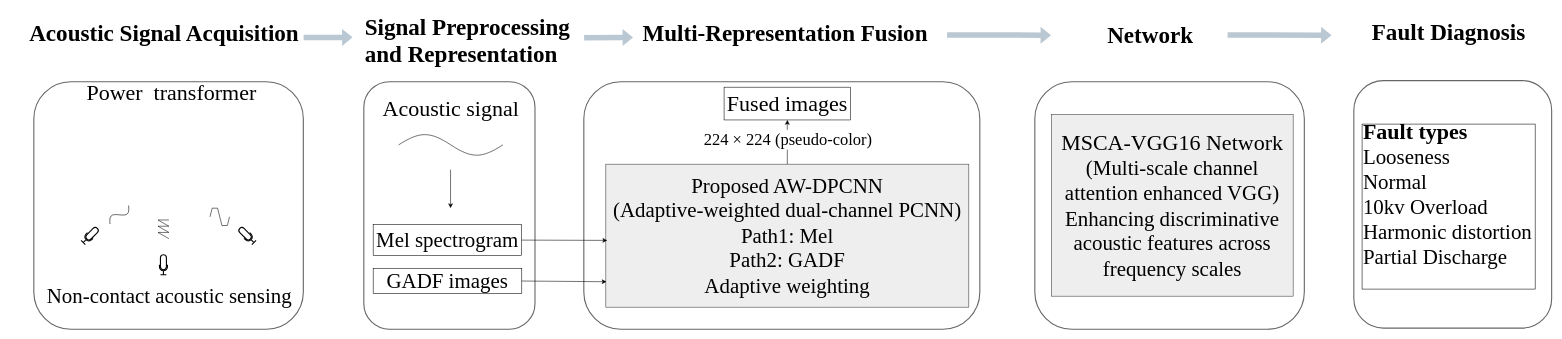
Before: paper/framework/framework.drawio in 1052554665/AW-DPCNN, a draw.io diagram. Source tidied: cells renumbered, new cells numbered last; positions are measured from the earlier drawing's top-left corner, leaving out a move shared by most shapes. Both pictures are drawn from the tidied source at 55%, with x=0, y=0 at pixel (28, 9).
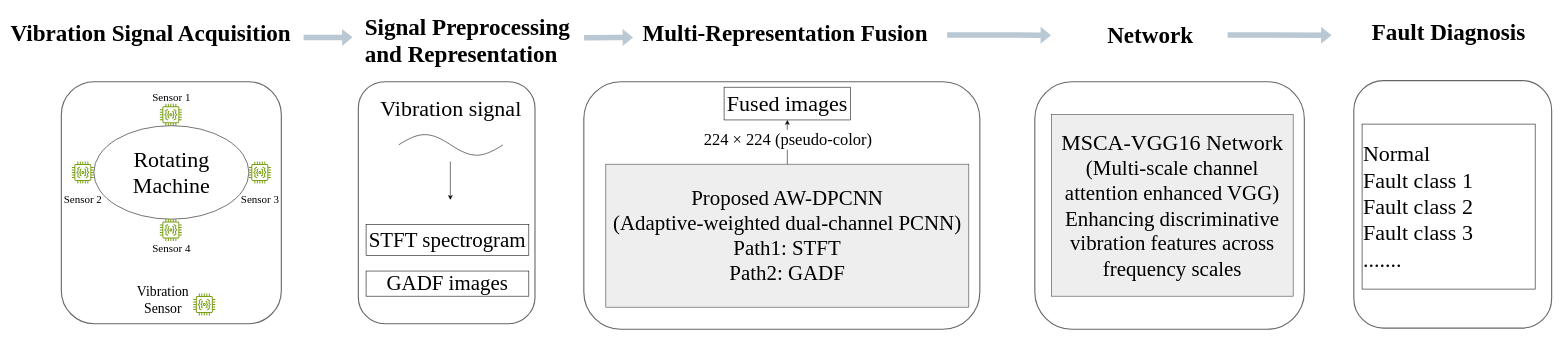
The same diagram, later.

Diff of the diagram source:
```diff
@@
     <mxCell id="2" value="&amp;nbsp; &amp;nbsp; &amp;nbsp;&amp;nbsp; " style="rounded=1;whiteSpace=wrap;html=1;fillColor=none;strokeWidth=2;miterlimit=4;strokeColor=light-dark(#666666, #ededed);fontFamily=Times New Roman;fontSize=38;" parent="1" vertex="1">
-      <mxGeometry x="10" y="132" width="490" height="450" as="geometry" />
+      <mxGeometry x="60" y="132" width="400" height="440" as="geometry" />
     </mxCell>
@@
     <mxCell id="4" style="rounded=1;whiteSpace=wrap;html=1;fillColor=none;strokeWidth=2;miterlimit=4;strokeColor=light-dark(#666666, #ededed);align=center;verticalAlign=middle;fontFamily=Times New Roman;fontSize=38;fontColor=default;" parent="1" vertex="1">
-      <mxGeometry x="610" y="132" width="311.2" height="450" as="geometry" />
+      <mxGeometry x="600" y="132" width="321.2" height="440" as="geometry" />
     </mxCell>
@@
-    <mxCell id="8" value="Acoustic Signal Acquisition" style="text;whiteSpace=wrap;fontFamily=Times New Roman;fontSize=42;fontStyle=1;" parent="1" vertex="1">
-      <mxGeometry y="12" width="510" height="40" as="geometry" />
+    <mxCell id="8" value="Vibration Signal Acquisition" style="text;whiteSpace=wrap;fontFamily=Times New Roman;fontSize=42;fontStyle=1;" parent="1" vertex="1">
+      <mxGeometry x="-34.4" y="12" width="560" height="40" as="geometry" />
     </mxCell>
-    <mxCell id="9" value="Non-contact acoustic sensing" style="text;whiteSpace=wrap;fontFamily=Times New Roman;fontSize=38;" parent="1" vertex="1">
-      <mxGeometry x="32.3" y="492" width="454.7" height="40" as="geometry" />
-    </mxCell>
@@
-    <mxCell id="11" value="Acoustic signal" style="text;html=1;align=center;verticalAlign=middle;strokeColor=none;fillColor=none;fontFamily=Times New Roman;fontSize=40;" parent="1" vertex="1">
-      <mxGeometry x="633.1" y="151.1" width="270" height="60" as="geometry" />
+    <mxCell id="11" value="Vibration signal" style="text;html=1;align=center;verticalAlign=middle;strokeColor=none;fillColor=none;fontFamily=Times New Roman;fontSize=40;" parent="1" vertex="1">
+      <mxGeometry x="628.1" y="151.1" width="280" height="60" as="geometry" />
     </mxCell>
@@
-    <mxCell id="13" value="Proposed AW-DPCNN&lt;div&gt;(Adaptive-weighted dual-channel PCNN)&lt;/div&gt;&lt;div&gt;&lt;font&gt;Path1: Mel&lt;/font&gt;&lt;/div&gt;&lt;div&gt;&lt;font&gt;Path2: GADF&lt;/font&gt;&lt;/div&gt;&lt;div&gt;&lt;font&gt;Adaptive weighting&lt;/font&gt;&lt;/div&gt;" style="rounded=0;whiteSpace=wrap;html=1;fillColor=#eeeeee;fontFamily=Times New Roman;fontSize=38;strokeColor=#36393d;strokeWidth=1;" parent="1" vertex="1">
+    <mxCell id="13" value="Proposed AW-DPCNN&lt;div&gt;(Adaptive-weighted dual-channel PCNN)&lt;/div&gt;&lt;div&gt;&lt;font&gt;Path1: STFT&lt;/font&gt;&lt;/div&gt;&lt;div&gt;&lt;font&gt;Path2: GADF&lt;/font&gt;&lt;/div&gt;" style="rounded=0;whiteSpace=wrap;html=1;fillColor=#eeeeee;fontFamily=Times New Roman;fontSize=38;strokeColor=#36393d;strokeWidth=1;" parent="1" vertex="1">
       <mxGeometry x="1050" y="282" width="660" height="260" as="geometry" />
     </mxCell>
-    <mxCell id="14" value="&lt;div&gt;&lt;font style=&quot;font-size: 40px;&quot;&gt;MSCA-VGG16 Network&lt;/font&gt;&lt;/div&gt;&lt;div&gt;(&lt;span style=&quot;background-color: transparent; color: light-dark(rgb(0, 0, 0), rgb(255, 255, 255));&quot;&gt;Multi-scale channel attention enhanced VGG&lt;/span&gt;&lt;span style=&quot;background-color: transparent; color: light-dark(rgb(0, 0, 0), rgb(255, 255, 255));&quot;&gt;)&lt;/span&gt;&lt;/div&gt;&lt;div&gt;&lt;font&gt;Enhancing discriminative acoustic features across frequency scales&lt;/font&gt;&lt;span style=&quot;background-color: transparent; color: light-dark(rgb(0, 0, 0), rgb(255, 255, 255));&quot;&gt;&lt;/span&gt;&lt;/div&gt;" style="rounded=0;whiteSpace=wrap;html=1;fontFamily=Times New Roman;fontSize=38;fillColor=#eeeeee;strokeColor=#36393d;strokeWidth=1;" parent="1" vertex="1">
+    <mxCell id="14" value="&lt;div&gt;&lt;font style=&quot;font-size: 40px;&quot;&gt;MSCA-VGG16 Network&lt;/font&gt;&lt;/div&gt;&lt;div&gt;(&lt;span style=&quot;background-color: transparent; color: light-dark(rgb(0, 0, 0), rgb(255, 255, 255));&quot;&gt;Multi-scale channel attention enhanced VGG&lt;/span&gt;&lt;span style=&quot;background-color: transparent; color: light-dark(rgb(0, 0, 0), rgb(255, 255, 255));&quot;&gt;)&lt;/span&gt;&lt;/div&gt;&lt;div&gt;&lt;font&gt;Enhancing discriminative vibration features across frequency scales&lt;/font&gt;&lt;span style=&quot;background-color: transparent; color: light-dark(rgb(0, 0, 0), rgb(255, 255, 255));&quot;&gt;&lt;/span&gt;&lt;/div&gt;" style="rounded=0;whiteSpace=wrap;html=1;fontFamily=Times New Roman;fontSize=38;fillColor=#eeeeee;strokeColor=#36393d;strokeWidth=1;" parent="1" vertex="1">
       <mxGeometry x="1860" y="192" width="439.7" height="330" as="geometry" />
     </mxCell>
@@
-    <mxCell id="18" value="&lt;span&gt;&lt;b&gt;&lt;font style=&quot;font-size: 40px;&quot;&gt;Fault types&lt;/font&gt;&lt;/b&gt;&lt;/span&gt;&lt;div&gt;&lt;div&gt;&lt;font&gt;&lt;span&gt;Looseness&lt;/span&gt;&lt;/font&gt;&lt;/div&gt;&lt;div&gt;&lt;font&gt;&lt;span&gt;Normal&lt;/span&gt;&lt;/font&gt;&lt;/div&gt;&lt;/div&gt;&lt;div&gt;&lt;font&gt;&lt;span&gt;10kv Overload&lt;/span&gt;&lt;/font&gt;&lt;/div&gt;&lt;div&gt;&lt;font&gt;&lt;span&gt;Harmonic&amp;nbsp;&lt;/span&gt;&lt;/font&gt;&lt;span style=&quot;background-color: transparent;&quot;&gt;&lt;font&gt;distortion&lt;/font&gt;&lt;/span&gt;&lt;/div&gt;&lt;div&gt;&lt;font&gt;&lt;span&gt;Partial Discharge&lt;/span&gt;&lt;/font&gt;&lt;/div&gt;&lt;div&gt;&lt;br&gt;&lt;/div&gt;" style="rounded=0;whiteSpace=wrap;html=1;fillColor=none;align=left;fontFamily=Times New Roman;fontSize=38;" parent="1" vertex="1">
+    <mxCell id="18" value="&lt;span style=&quot;font-size: 40px;&quot;&gt;Normal&lt;br&gt;Fault class 1&lt;/span&gt;&lt;div&gt;&lt;span style=&quot;font-size: 40px;&quot;&gt;Fault class 2&lt;/span&gt;&lt;/div&gt;&lt;div&gt;&lt;span style=&quot;font-size: 40px;&quot;&gt;Fault class 3&lt;/span&gt;&lt;/div&gt;&lt;div&gt;&lt;span style=&quot;font-size: 40px;&quot;&gt;.......&lt;/span&gt;&lt;/div&gt;" style="rounded=0;whiteSpace=wrap;html=1;fillColor=none;align=left;fontFamily=Times New Roman;fontSize=38;" parent="1" vertex="1">
       <mxGeometry x="2425" y="209.1" width="314.7" height="300" as="geometry" />
     </mxCell>
-    <mxCell id="19" value="Power&amp;nbsp; transformer" style="text;html=1;align=center;verticalAlign=middle;strokeColor=none;fillColor=none;fontFamily=Times New Roman;fontSize=40;" parent="1" vertex="1">
-      <mxGeometry x="94.6" y="121.8" width="330" height="60" as="geometry" />
-    </mxCell>
@@
     <mxCell id="21" style="endArrow=classic;html=1;rounded=0;fontFamily=Times New Roman;fontSize=38;" parent="1" edge="1">
       <mxGeometry relative="1" as="geometry">
-        <mxPoint x="767.7" y="292" as="sourcePoint" />
-        <mxPoint x="767.7" y="362" as="targetPoint" />
+        <mxPoint x="767.3" y="277" as="sourcePoint" />
+        <mxPoint x="767.3" y="347" as="targetPoint" />
       </mxGeometry>
     </mxCell>
-    <mxCell id="22" style="endArrow=classic;html=1;rounded=0;exitX=1;exitY=0.5;exitDx=0;exitDy=0;fontFamily=Times New Roman;fontSize=38;entryX=0.002;entryY=0.822;entryDx=0;entryDy=0;entryPerimeter=0;" parent="1" edge="1" source="24" target="13">
-      <mxGeometry relative="1" as="geometry" />
-    </mxCell>
-    <mxCell id="23" value="&lt;span style=&quot;text-align: left;&quot;&gt;Mel spectrogram&lt;/span&gt;" style="rounded=0;whiteSpace=wrap;html=1;fillColor=none;fontFamily=Times New Roman;fontSize=38;" parent="1" vertex="1">
-      <mxGeometry x="627" y="392" width="270" height="56.1" as="geometry" />
+    <mxCell id="23" value="&lt;span style=&quot;text-align: left;&quot;&gt;STFT spectrogram&lt;/span&gt;" style="rounded=0;whiteSpace=wrap;html=1;fillColor=none;fontFamily=Times New Roman;fontSize=38;" parent="1" vertex="1">
+      <mxGeometry x="614.1" y="392" width="295.9" height="56.1" as="geometry" />
     </mxCell>
     <mxCell id="24" value="&lt;span style=&quot;text-wrap-mode: nowrap;&quot;&gt;GADF images&lt;/span&gt;" style="rounded=0;whiteSpace=wrap;html=1;fillColor=none;fontFamily=Times New Roman;fontSize=38;" parent="1" vertex="1">
-      <mxGeometry x="627" y="471.6" width="270.2" height="45.7" as="geometry" />
+      <mxGeometry x="614.1" y="476.3" width="295.9" height="45.7" as="geometry" />
     </mxCell>
@@
-    <mxCell id="26" style="endArrow=classic;html=1;rounded=0;exitX=1;exitY=0.5;exitDx=0;exitDy=0;fontFamily=Times New Roman;fontSize=38;entryX=0.004;entryY=0.533;entryDx=0;entryDy=0;entryPerimeter=0;" parent="1" edge="1" source="23" target="13">
-      <mxGeometry relative="1" as="geometry" />
-    </mxCell>
@@
-    <mxCell id="32" style="html=1;verticalLabelPosition=bottom;align=center;labelBackgroundColor=#ffffff;verticalAlign=top;strokeWidth=2;strokeColor=default;shadow=0;dashed=0;shape=mxgraph.ios7.icons.microphone;rotation=-45;fillColor=default;fontFamily=Times New Roman;fontSize=38;" parent="1" vertex="1">
-      <mxGeometry x="390.1" y="393.5" width="14.5" height="36.3" as="geometry" />
-    </mxCell>
-    <mxCell id="33" style="html=1;verticalLabelPosition=bottom;align=center;labelBackgroundColor=#ffffff;verticalAlign=top;strokeWidth=2;strokeColor=default;shadow=0;dashed=0;shape=mxgraph.ios7.icons.microphone;fontFamily=Times New Roman;fontSize=38;" parent="1" vertex="1">
-      <mxGeometry x="238.4" y="446.7" width="14.5" height="36.3" as="geometry" />
-    </mxCell>
-    <mxCell id="34" style="verticalLabelPosition=bottom;shadow=0;dashed=0;align=center;html=1;verticalAlign=top;shape=mxgraph.electrical.waveforms.sine_wave;rotation=-45;fontFamily=Times New Roman;fontSize=38;" parent="1" vertex="1">
-      <mxGeometry x="141.6" y="362" width="47.7" height="24.2" as="geometry" />
-    </mxCell>
-    <mxCell id="35" style="verticalLabelPosition=bottom;shadow=0;dashed=0;align=center;html=1;verticalAlign=top;shape=mxgraph.electrical.waveforms.sawtooth;rotation=-90;fontFamily=Times New Roman;fontSize=38;" parent="1" vertex="1">
-      <mxGeometry x="228.7" y="390.5" width="33.9" height="19.9" as="geometry" />
-    </mxCell>
-    <mxCell id="36" style="verticalLabelPosition=bottom;shadow=0;dashed=0;align=center;html=1;verticalAlign=top;shape=mxgraph.electrical.waveforms.slow_square_wave;fontFamily=Times New Roman;fontSize=38;" parent="1" vertex="1">
-      <mxGeometry x="330.3" y="362" width="35.5" height="31.5" as="geometry" />
-    </mxCell>
-    <mxCell id="37" style="html=1;verticalLabelPosition=bottom;align=center;labelBackgroundColor=#ffffff;verticalAlign=top;strokeWidth=2;strokeColor=default;shadow=0;dashed=0;shape=mxgraph.ios7.icons.microphone;rotation=45;fontFamily=Times New Roman;fontSize=38;" parent="1" vertex="1">
-      <mxGeometry x="105.4" y="393.5" width="14.5" height="36.3" as="geometry" />
-    </mxCell>
+    <mxCell id="38" style="sketch=0;fontColor=#232F3E;gradientColor=none;fillColor=#7AA116;strokeColor=none;dashed=0;verticalLabelPosition=bottom;verticalAlign=top;align=center;html=1;fontSize=12;fontStyle=0;shape=mxgraph.aws4.iot_thing_vibration_sensor;" parent="1" vertex="1">
+      <mxGeometry x="239.1" y="172" width="40" height="40" as="geometry" />
+    </mxCell>
+    <mxCell id="39" value="&lt;font style=&quot;font-size: 40px;&quot; face=&quot;Times New Roman&quot;&gt;Rotating&lt;/font&gt;&lt;div&gt;&lt;span style=&quot;font-size: 40px; font-family: &amp;quot;Times New Roman&amp;quot;; background-color: transparent; color: light-dark(rgb(0, 0, 0), rgb(255, 255, 255));&quot;&gt;Machine&lt;/span&gt;&lt;/div&gt;" style="verticalLabelPosition=middle;shadow=0;dashed=0;align=center;html=1;verticalAlign=middle;strokeWidth=1;shape=ellipse;fontSize=32;perimeter=ellipsePerimeter;" parent="1" vertex="1">
+      <mxGeometry x="119.1" y="212" width="281.9" height="170" as="geometry" />
+    </mxCell>
+    <mxCell id="40" style="sketch=0;fontColor=#232F3E;gradientColor=none;fillColor=#7AA116;strokeColor=none;dashed=0;verticalLabelPosition=bottom;verticalAlign=top;align=center;html=1;fontSize=12;fontStyle=0;shape=mxgraph.aws4.iot_thing_vibration_sensor;" parent="1" vertex="1">
+      <mxGeometry x="79.1" y="277" width="40" height="40" as="geometry" />
+    </mxCell>
+    <mxCell id="41" style="sketch=0;fontColor=#232F3E;gradientColor=none;fillColor=#7AA116;strokeColor=none;dashed=0;verticalLabelPosition=bottom;verticalAlign=top;align=center;html=1;fontSize=12;fontStyle=0;shape=mxgraph.aws4.iot_thing_vibration_sensor;" parent="1" vertex="1">
+      <mxGeometry x="400.9" y="277" width="40" height="40" as="geometry" />
+    </mxCell>
+    <mxCell id="42" style="sketch=0;fontColor=#232F3E;gradientColor=none;fillColor=#7AA116;strokeColor=none;dashed=0;verticalLabelPosition=bottom;verticalAlign=top;align=center;html=1;fontSize=12;fontStyle=0;shape=mxgraph.aws4.iot_thing_vibration_sensor;" parent="1" vertex="1">
+      <mxGeometry x="239.1" y="381.6" width="40" height="40" as="geometry" />
+    </mxCell>
+    <mxCell id="43" value="Vibration&lt;div&gt;Sensor&lt;/div&gt;" style="text;html=1;whiteSpace=wrap;strokeColor=none;fillColor=none;align=center;verticalAlign=middle;rounded=0;fontSize=25;fontFamily=Times New Roman;" parent="1" vertex="1">
+      <mxGeometry x="190" y="494" width="110" height="70" as="geometry" />
+    </mxCell>
+    <mxCell id="44" style="sketch=0;fontColor=#232F3E;gradientColor=none;fillColor=#7AA116;strokeColor=none;dashed=0;verticalLabelPosition=bottom;verticalAlign=top;align=center;html=1;fontSize=12;fontStyle=0;shape=mxgraph.aws4.iot_thing_vibration_sensor;" parent="1" vertex="1">
+      <mxGeometry x="300" y="517.3" width="40" height="40" as="geometry" />
+    </mxCell>
+    <mxCell id="45" value="&lt;span style=&quot;background-color: transparent; color: light-dark(rgb(0, 0, 0), rgb(255, 255, 255));&quot;&gt;Sensor 1&lt;/span&gt;" style="text;html=1;whiteSpace=wrap;strokeColor=none;fillColor=none;align=center;verticalAlign=middle;rounded=0;fontSize=20;fontFamily=Times New Roman;" parent="1" vertex="1">
+      <mxGeometry x="219.5" y="146.1" width="80.9" height="25.9" as="geometry" />
+    </mxCell>
+    <mxCell id="46" value="&lt;span style=&quot;background-color: transparent; color: light-dark(rgb(0, 0, 0), rgb(255, 255, 255));&quot;&gt;Sensor 2&lt;/span&gt;" style="text;html=1;whiteSpace=wrap;strokeColor=none;fillColor=none;align=center;verticalAlign=middle;rounded=0;fontSize=20;fontFamily=Times New Roman;" parent="1" vertex="1">
+      <mxGeometry x="58.6" y="332" width="80.9" height="25.9" as="geometry" />
+    </mxCell>
+    <mxCell id="47" value="&lt;span style=&quot;background-color: transparent; color: light-dark(rgb(0, 0, 0), rgb(255, 255, 255));&quot;&gt;Sensor 3&lt;/span&gt;" style="text;html=1;whiteSpace=wrap;strokeColor=none;fillColor=none;align=center;verticalAlign=middle;rounded=0;fontSize=20;fontFamily=Times New Roman;" parent="1" vertex="1">
+      <mxGeometry x="380.5" y="332" width="80.9" height="25.9" as="geometry" />
+    </mxCell>
+    <mxCell id="48" value="&lt;span style=&quot;background-color: transparent; color: light-dark(rgb(0, 0, 0), rgb(255, 255, 255));&quot;&gt;Sensor 4&lt;/span&gt;" style="text;html=1;whiteSpace=wrap;strokeColor=none;fillColor=none;align=center;verticalAlign=middle;rounded=0;fontSize=20;fontFamily=Times New Roman;" parent="1" vertex="1">
+      <mxGeometry x="219.5" y="422.2" width="80.9" height="25.9" as="geometry" />
+    </mxCell>
```
